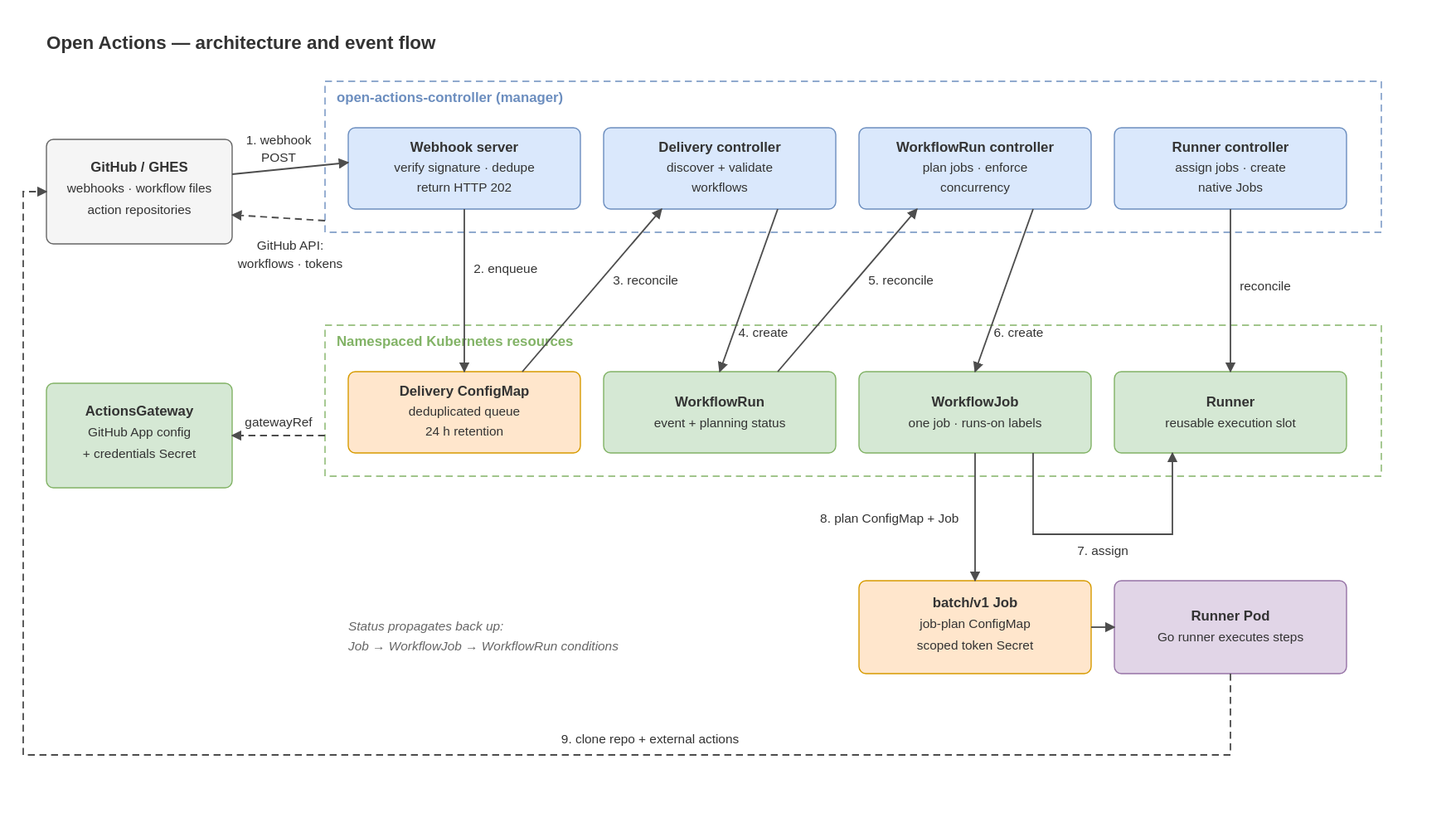
This is docs/architecture.drawio.svg from kelos-dev/open-actions, a draw.io export, as it was before one commit. Source tidied: cells renumbered, new cells last; positions are measured from the earlier drawing's top-left corner, leaving out a move shared by most shapes.
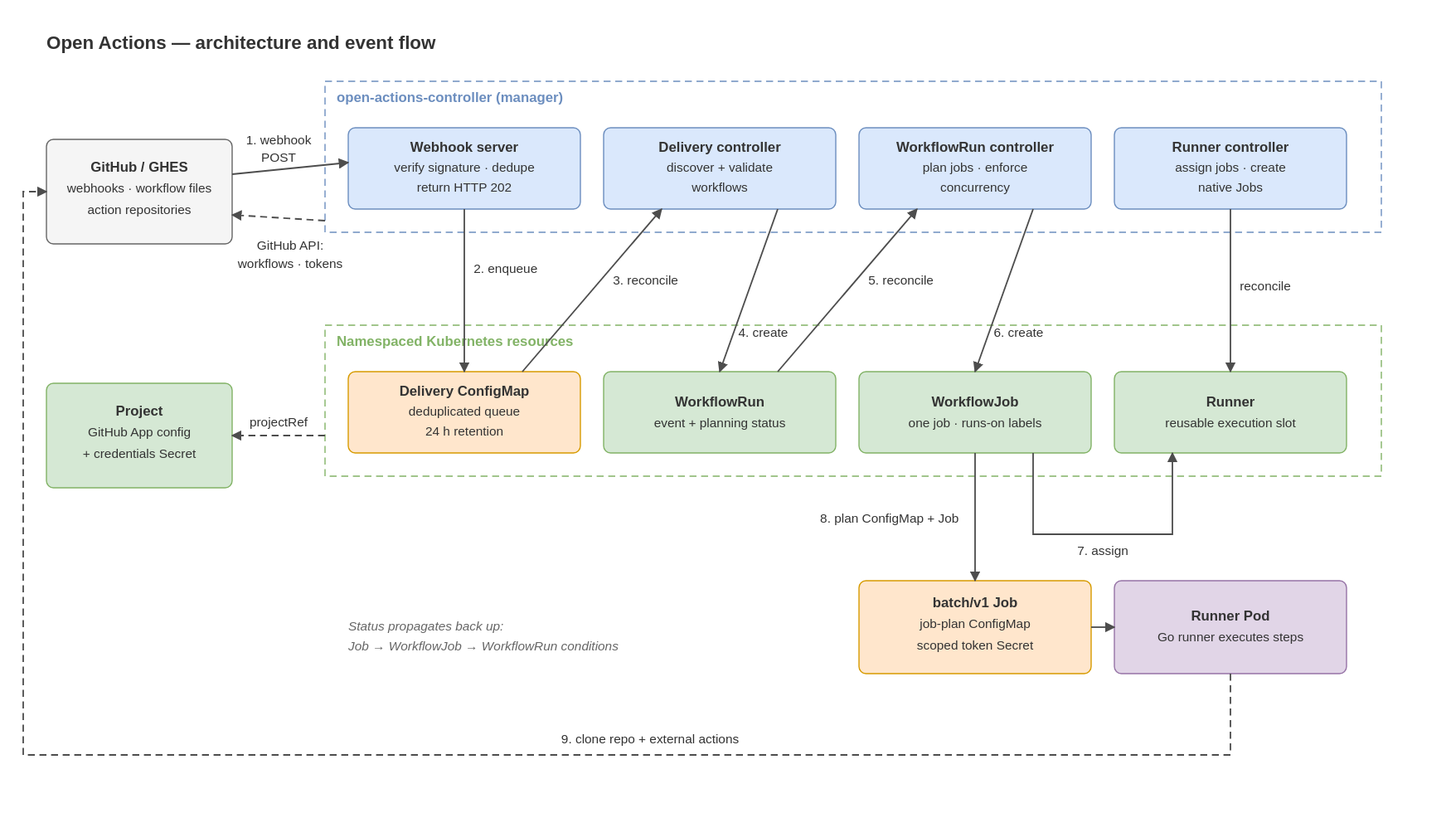
The same file after the commit.

Change to the diagram source:
```diff
@@ -14,9 +14,9 @@
     <mxCell id="5" value="&lt;b&gt;GitHub / GHES&lt;/b&gt;&lt;br&gt;webhooks · workflow files&lt;br&gt;action repositories" style="rounded=1;whiteSpace=wrap;html=1;fillColor=#F5F5F5;strokeColor=#666666;fontColor=#333333;fontSize=11;" parent="1" vertex="1">
       <mxGeometry x="20" y="100" width="160" height="90" as="geometry" />
     </mxCell>
-    <mxCell id="6" value="&lt;b&gt;ActionsGateway&lt;/b&gt;&lt;br&gt;GitHub App config&lt;br&gt;+ credentials Secret" style="rounded=1;whiteSpace=wrap;html=1;fillColor=#D5E8D4;strokeColor=#82B366;fontColor=#333333;fontSize=11;" parent="1" vertex="1">
-      <mxGeometry x="20" y="310" width="160" height="90" as="geometry" />
-    </mxCell>
+    <mxCell id="31" value="&lt;b&gt;Project&lt;/b&gt;&lt;br&gt;GitHub App config&lt;br&gt;+ credentials Secret" style="rounded=1;whiteSpace=wrap;html=1;fillColor=#D5E8D4;strokeColor=#82B366;fontColor=#333333;fontSize=11;" parent="1" vertex="1">
+      <mxGeometry x="20" y="310" width="160" height="90" as="geometry" />
+    </mxCell>
     <mxCell id="7" value="&lt;b&gt;Webhook server&lt;/b&gt;&lt;br&gt;verify signature · dedupe&lt;br&gt;return HTTP 202" style="rounded=1;whiteSpace=wrap;html=1;fillColor=#DAE8FC;strokeColor=#6C8EBF;fontColor=#333333;fontSize=11;" parent="1" vertex="1">
       <mxGeometry x="280" y="90" width="200" height="70" as="geometry" />
     </mxCell>
@@ -97,7 +97,7 @@
         </Array>
       </mxGeometry>
     </mxCell>
-    <mxCell id="30" value="gatewayRef" style="html=1;rounded=0;strokeColor=#4D4D4D;fontColor=#333333;fontSize=11;dashed=1;exitX=0;exitY=0.73;exitDx=0;exitDy=0;entryX=1;entryY=0.5;entryDx=0;entryDy=0;" parent="1" edge="1" source="4" target="6">
+    <mxCell id="30" value="projectRef" style="html=1;rounded=0;strokeColor=#4D4D4D;fontColor=#333333;fontSize=11;dashed=1;exitX=0;exitY=0.73;exitDx=0;exitDy=0;entryX=1;entryY=0.5;entryDx=0;entryDy=0;" parent="1" edge="1" source="4" target="31">
       <mxGeometry relative="1" as="geometry" />
     </mxCell>
   </root>
```
